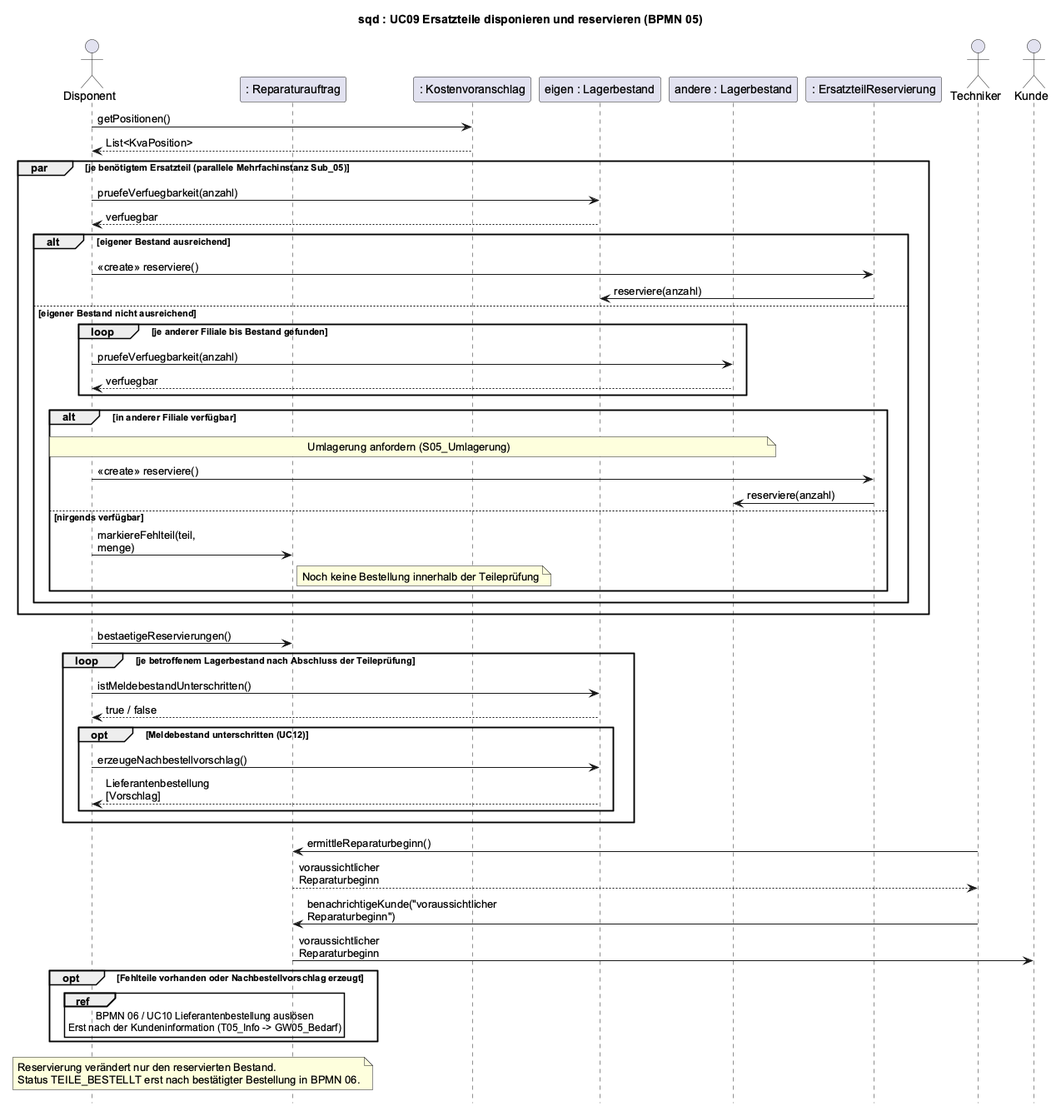
Before: uml/sequenz-03-reservierung.png, a diagram exported from PlantUML (jakobschwan123-cmd/casestudy-semester-3).
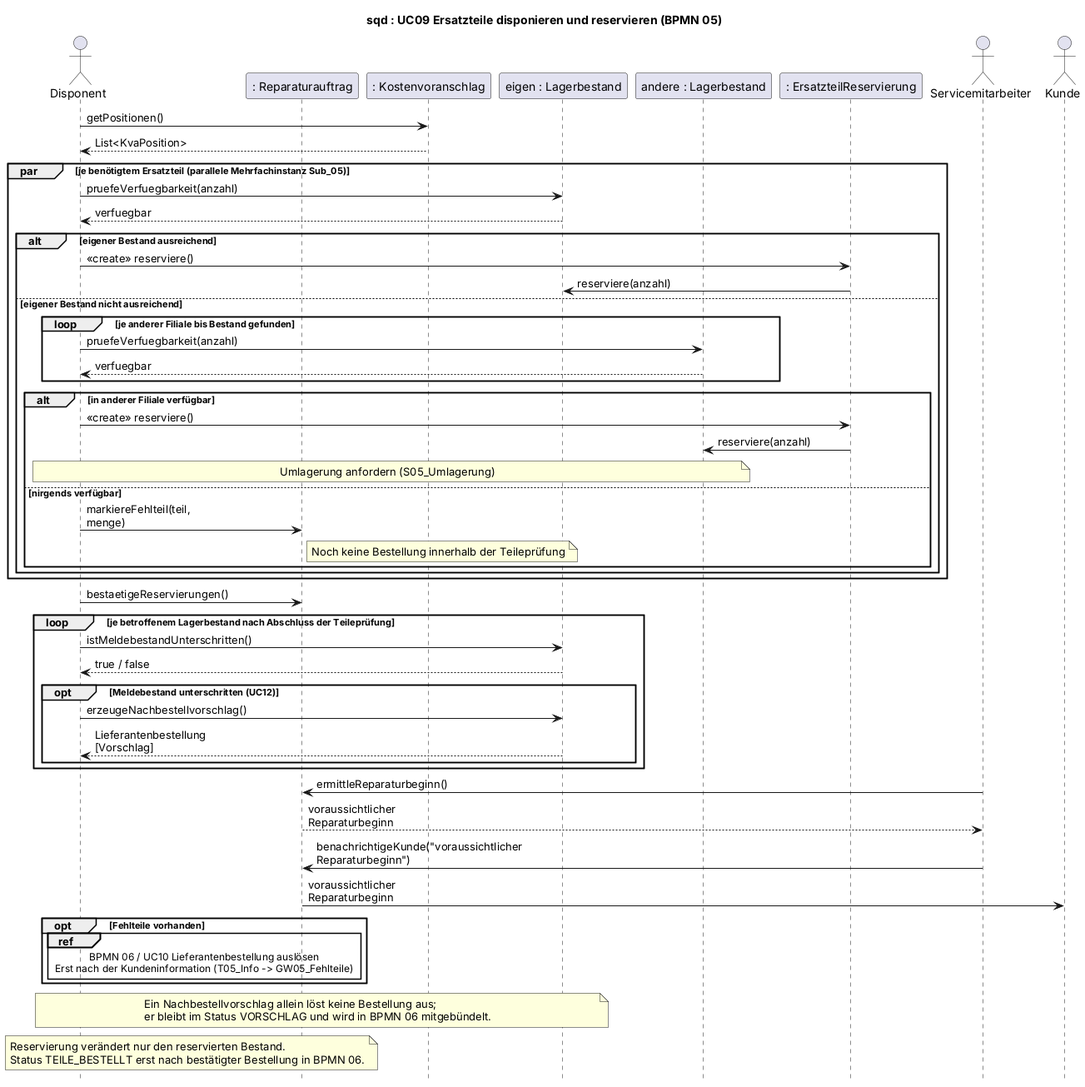
Later version of the same file.

Diff of the diagram source:
```diff
@@ -11,7 +11,7 @@
 participant "eigen : Lagerbestand" as LB
 participant "andere : Lagerbestand" as AL
 participant ": ErsatzteilReservierung" as RES
-actor Techniker
+actor Servicemitarbeiter as SM
 actor Kunde
 
 Disponent -> KVA : getPositionen()
@@ -28,9 +28,9 @@
             AL --> Disponent : verfuegbar
         end
         alt in anderer Filiale verfügbar
-            note over Disponent, AL : Umlagerung anfordern (S05_Umlagerung)
             Disponent -> RES : <<create>> reserviere()
             RES -> AL : reserviere(anzahl)
+            note over Disponent, AL : Umlagerung anfordern (S05_Umlagerung)
         else nirgends verfügbar
             Disponent -> RA : markiereFehlteil(teil, menge)
             note right of RA : Noch keine Bestellung innerhalb der Teileprüfung
@@ -46,12 +46,13 @@
         LB --> Disponent : Lieferantenbestellung [Vorschlag]
     end
 end
-Techniker -> RA : ermittleReparaturbeginn()
-RA --> Techniker : voraussichtlicher Reparaturbeginn
-Techniker -> RA : benachrichtigeKunde("voraussichtlicher Reparaturbeginn")
+SM -> RA : ermittleReparaturbeginn()
+RA --> SM : voraussichtlicher Reparaturbeginn
+SM -> RA : benachrichtigeKunde("voraussichtlicher Reparaturbeginn")
 RA -> Kunde : voraussichtlicher Reparaturbeginn
-opt Fehlteile vorhanden oder Nachbestellvorschlag erzeugt
-    ref over Disponent, RA : BPMN 06 / UC10 Lieferantenbestellung auslösen\nErst nach der Kundeninformation (T05_Info -> GW05_Bedarf)
+opt Fehlteile vorhanden
+    ref over Disponent, RA : BPMN 06 / UC10 Lieferantenbestellung auslösen\nErst nach der Kundeninformation (T05_Info -> GW05_Fehlteile)
 end
+note over Disponent, LB : Ein Nachbestellvorschlag allein löst keine Bestellung aus;\ner bleibt im Status VORSCHLAG und wird in BPMN 06 mitgebündelt.
 note over Disponent, RA : Reservierung verändert nur den reservierten Bestand.\nStatus TEILE_BESTELLT erst nach bestätigter Bestellung in BPMN 06.
 @enduml
```
